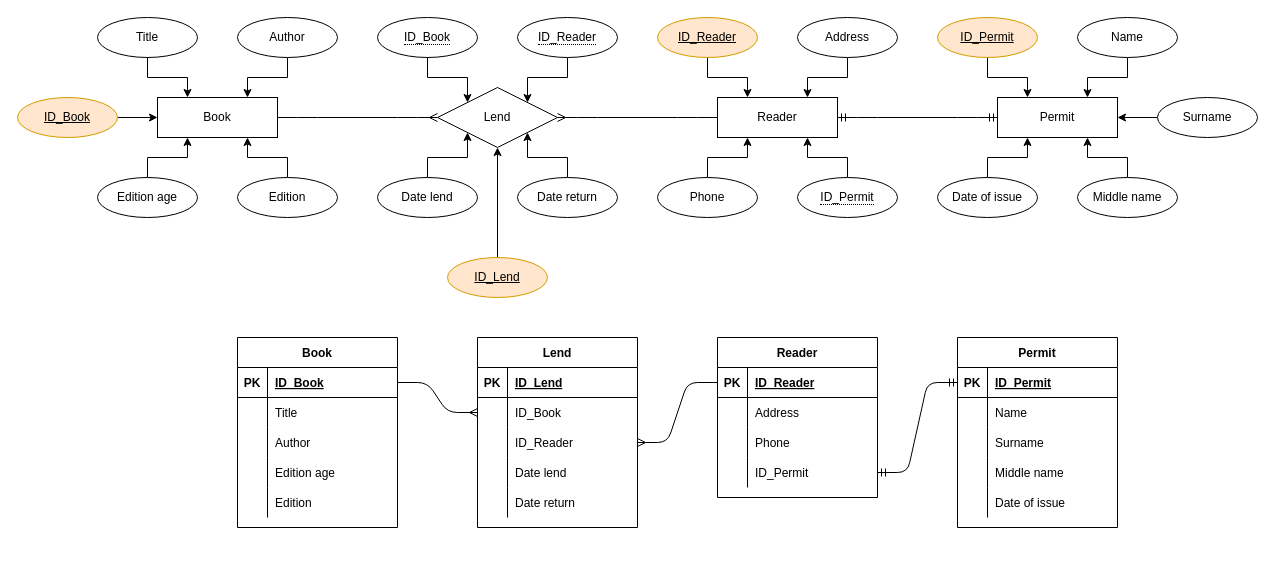
This is Laborator1/ex4/ex4.drawio from TabanschiAlex/Gestiunea-informatiei, a draw.io file, before an edit. Source tidied: cells renumbered, new cells numbered last; positions are measured from the earlier drawing's top-left corner, leaving out a move shared by most shapes. Both pictures are drawn from the tidied source at 100%, with x=0, y=0 at pixel (17, 17).
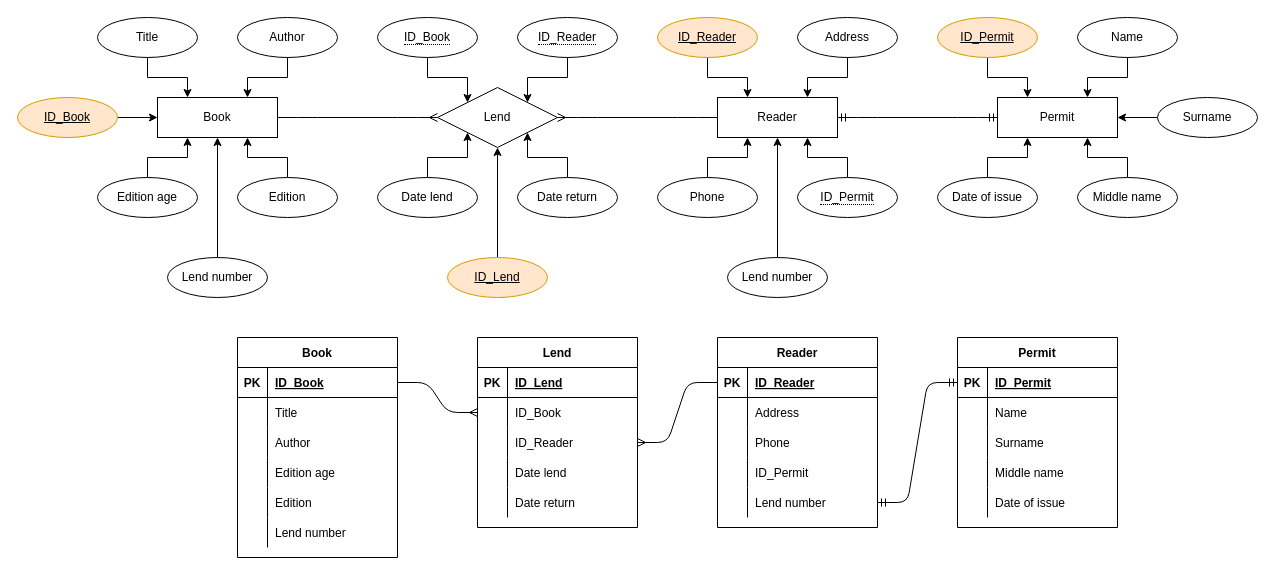
After the change.

The change refers to these unchanged cells:
```xml
<mxCell id="2" value="Book" style="whiteSpace=wrap;html=1;align=center;" parent="1" vertex="1">
  <mxGeometry x="140" y="80" width="120" height="40" as="geometry" />
</mxCell>
<mxCell id="3" value="Reader" style="whiteSpace=wrap;html=1;align=center;" parent="1" vertex="1">
  <mxGeometry x="700" y="80" width="120" height="40" as="geometry" />
</mxCell>
```

The edit, as a diff of the source:
```diff
@@
     <mxCell id="45" value="Book" style="shape=table;startSize=30;childLayout=tableLayout;rowLines=0;fontStyle=1;align=center;" parent="1" vertex="1">
-      <mxGeometry x="220" y="320" width="160" height="190" as="geometry" />
+      <mxGeometry x="220" y="320" width="160" height="220" as="geometry" />
     </mxCell>
@@
+    <mxCell id="111" style="shape=partialRectangle;fillColor=none;top=0;left=0;bottom=0;right=0;" parent="45" vertex="1">
+      <mxGeometry y="150" width="160" height="30" as="geometry" />
+    </mxCell>
+    <mxCell id="112" style="shape=partialRectangle;fillColor=none;top=0;left=0;bottom=0;right=0;overflow=hidden;" parent="111" vertex="1">
+      <mxGeometry width="30" height="30" as="geometry" />
+    </mxCell>
+    <mxCell id="113" value="Edition" style="shape=partialRectangle;fillColor=none;top=0;left=0;bottom=0;right=0;align=left;spacingLeft=6;overflow=hidden;" parent="111" vertex="1">
+      <mxGeometry x="30" width="130" height="30" as="geometry" />
+    </mxCell>
     <mxCell id="58" style="shape=partialRectangle;fillColor=none;top=0;left=0;bottom=0;right=0;" parent="45" vertex="1">
-      <mxGeometry y="150" width="160" height="30" as="geometry" />
+      <mxGeometry y="180" width="160" height="30" as="geometry" />
     </mxCell>
@@
-    <mxCell id="60" value="Edition" style="shape=partialRectangle;fillColor=none;top=0;left=0;bottom=0;right=0;align=left;spacingLeft=6;overflow=hidden;" parent="58" vertex="1">
+    <mxCell id="60" value="Lend number" style="shape=partialRectangle;fillColor=none;top=0;left=0;bottom=0;right=0;align=left;spacingLeft=6;overflow=hidden;" parent="58" vertex="1">
       <mxGeometry x="30" width="130" height="30" as="geometry" />
     </mxCell>
@@
     <mxCell id="79" value="Reader" style="shape=table;startSize=30;childLayout=tableLayout;rowLines=0;fontStyle=1;align=center;" parent="1" vertex="1">
-      <mxGeometry x="700" y="320" width="160" height="160" as="geometry" />
+      <mxGeometry x="700" y="320" width="160" height="190" as="geometry" />
     </mxCell>
@@
+    <mxCell id="114" style="shape=partialRectangle;fillColor=none;top=0;left=0;bottom=0;right=0;" parent="79" vertex="1">
+      <mxGeometry y="120" width="160" height="30" as="geometry" />
+    </mxCell>
+    <mxCell id="115" style="shape=partialRectangle;fillColor=none;top=0;left=0;bottom=0;right=0;overflow=hidden;" parent="114" vertex="1">
+      <mxGeometry width="30" height="30" as="geometry" />
+    </mxCell>
+    <mxCell id="116" value="ID_Permit" style="shape=partialRectangle;fillColor=none;top=0;left=0;bottom=0;right=0;align=left;spacingLeft=6;overflow=hidden;" parent="114" vertex="1">
+      <mxGeometry x="30" width="130" height="30" as="geometry" />
+    </mxCell>
     <mxCell id="89" style="shape=partialRectangle;fillColor=none;top=0;left=0;bottom=0;right=0;points=[[0,0.5],[1,0.5]];portConstraint=eastwest;" parent="79" vertex="1">
-      <mxGeometry y="120" width="160" height="30" as="geometry" />
+      <mxGeometry y="150" width="160" height="30" as="geometry" />
     </mxCell>
@@
-    <mxCell id="91" value="ID_Permit" style="shape=partialRectangle;fillColor=none;top=0;left=0;bottom=0;right=0;align=left;spacingLeft=6;overflow=hidden;" parent="89" vertex="1">
+    <mxCell id="91" value="Lend number" style="shape=partialRectangle;fillColor=none;top=0;left=0;bottom=0;right=0;align=left;spacingLeft=6;overflow=hidden;" parent="89" vertex="1">
       <mxGeometry x="30" width="130" height="30" as="geometry" />
     </mxCell>
@@
+    <mxCell id="117" style="edgeStyle=orthogonalEdgeStyle;rounded=0;jettySize=auto;html=1;entryX=0.5;entryY=1;entryDx=0;entryDy=0;" parent="1" edge="1" source="118" target="3">
+      <mxGeometry relative="1" as="geometry" />
+    </mxCell>
+    <mxCell id="118" value="Lend number" style="ellipse;whiteSpace=wrap;html=1;align=center;" parent="1" vertex="1">
+      <mxGeometry x="710" y="240" width="100" height="40" as="geometry" />
+    </mxCell>
+    <mxCell id="119" style="edgeStyle=orthogonalEdgeStyle;rounded=0;jettySize=auto;html=1;exitX=0.5;exitY=0;exitDx=0;exitDy=0;entryX=0.5;entryY=1;entryDx=0;entryDy=0;" parent="1" edge="1" source="120" target="2">
+      <mxGeometry relative="1" as="geometry" />
+    </mxCell>
+    <mxCell id="120" value="Lend number" style="ellipse;whiteSpace=wrap;html=1;align=center;" parent="1" vertex="1">
+      <mxGeometry x="150" y="240" width="100" height="40" as="geometry" />
+    </mxCell>
```
